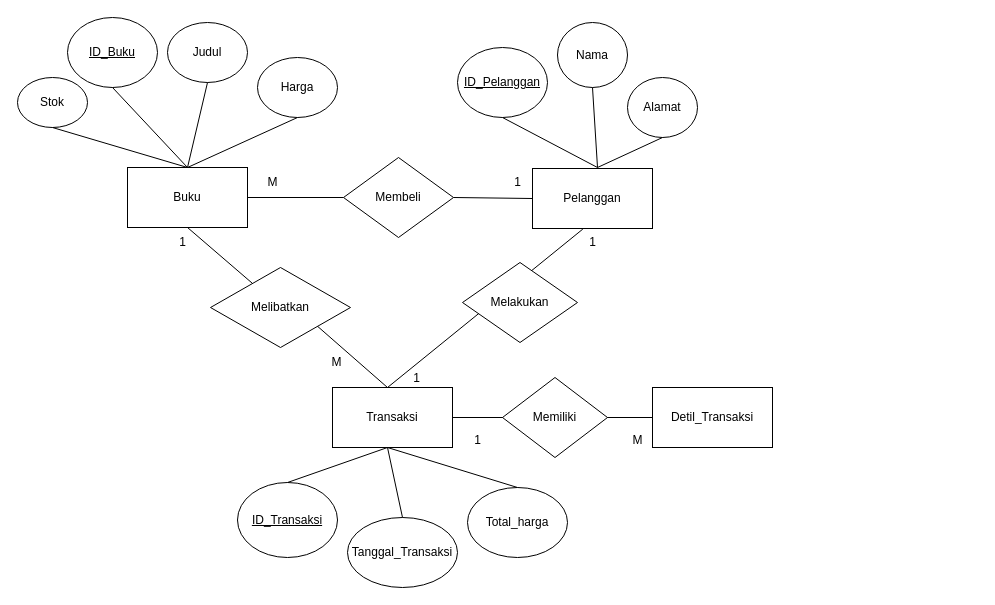
The draw.io diagram erd_tokobuku.drawio in prycilliaedw/prycilliaedw, before the edit. Source tidied: cells renumbered, new cells numbered last; positions are measured from the earlier drawing's top-left corner, leaving out a move shared by most shapes. Both pictures are drawn from the tidied source at 100%, with x=0, y=0 at pixel (17, 17).
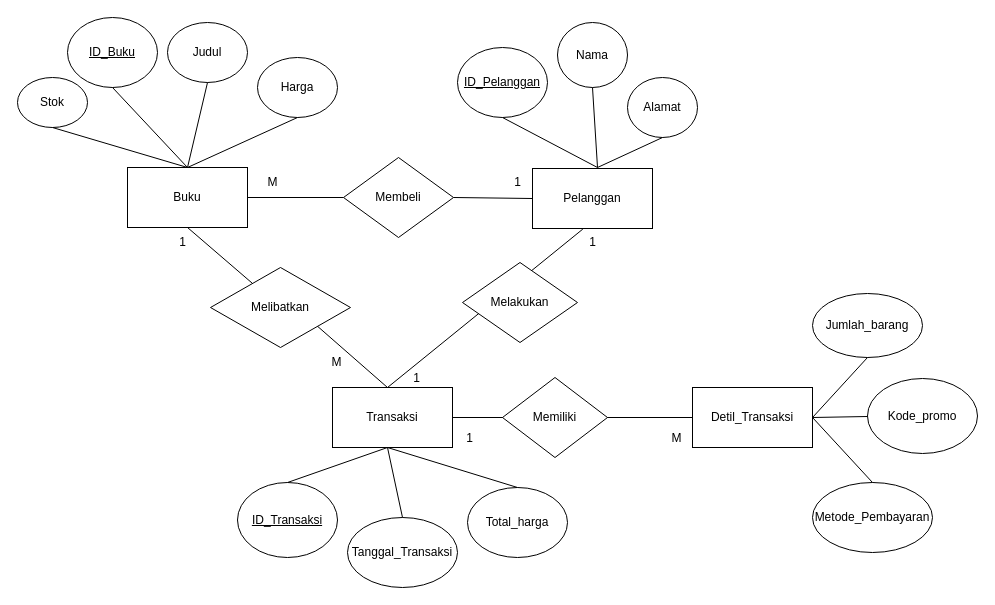
Above is the later version.

What changed in the source:
```diff
@@
     <mxCell id="35" value="Detil_Transaksi" style="rounded=0;whiteSpace=wrap;html=1;" parent="1" vertex="1">
-      <mxGeometry x="635" y="370" width="120" height="60" as="geometry" />
+      <mxGeometry x="675" y="370" width="120" height="60" as="geometry" />
     </mxCell>
@@
     <mxCell id="39" value="M" style="text;html=1;align=center;verticalAlign=middle;strokeColor=none;fillColor=none;" parent="1" vertex="1">
-      <mxGeometry x="605" y="408" width="30" height="30" as="geometry" />
+      <mxGeometry x="644" y="406" width="30" height="30" as="geometry" />
     </mxCell>
     <mxCell id="40" value="1" style="text;html=1;align=center;verticalAlign=middle;strokeColor=none;fillColor=none;" parent="1" vertex="1">
-      <mxGeometry x="445" y="408" width="30" height="30" as="geometry" />
+      <mxGeometry x="437" y="406" width="30" height="30" as="geometry" />
     </mxCell>
+    <mxCell id="41" value="Kode_promo" style="ellipse;whiteSpace=wrap;html=1;" parent="1" vertex="1">
+      <mxGeometry x="850" y="361" width="110" height="75" as="geometry" />
+    </mxCell>
+    <mxCell id="42" value="Metode_Pembayaran" style="ellipse;whiteSpace=wrap;html=1;" parent="1" vertex="1">
+      <mxGeometry x="795" y="465" width="120" height="70" as="geometry" />
+    </mxCell>
+    <mxCell id="43" value="Jumlah_barang" style="ellipse;whiteSpace=wrap;html=1;" parent="1" vertex="1">
+      <mxGeometry x="795" y="276" width="110" height="64" as="geometry" />
+    </mxCell>
+    <mxCell id="44" style="endArrow=none;html=1;rounded=0;exitX=1;exitY=0.5;exitDx=0;exitDy=0;entryX=0.5;entryY=1;entryDx=0;entryDy=0;" parent="1" edge="1" source="35" target="43">
+      <mxGeometry relative="1" as="geometry" />
+    </mxCell>
+    <mxCell id="45" style="endArrow=none;html=1;rounded=0;exitX=1;exitY=0.5;exitDx=0;exitDy=0;" parent="1" edge="1" source="35" target="41">
+      <mxGeometry relative="1" as="geometry" />
+    </mxCell>
+    <mxCell id="46" style="endArrow=none;html=1;rounded=0;exitX=1;exitY=0.5;exitDx=0;exitDy=0;entryX=0.5;entryY=0;entryDx=0;entryDy=0;" parent="1" edge="1" source="35" target="42">
+      <mxGeometry relative="1" as="geometry" />
+    </mxCell>
```
